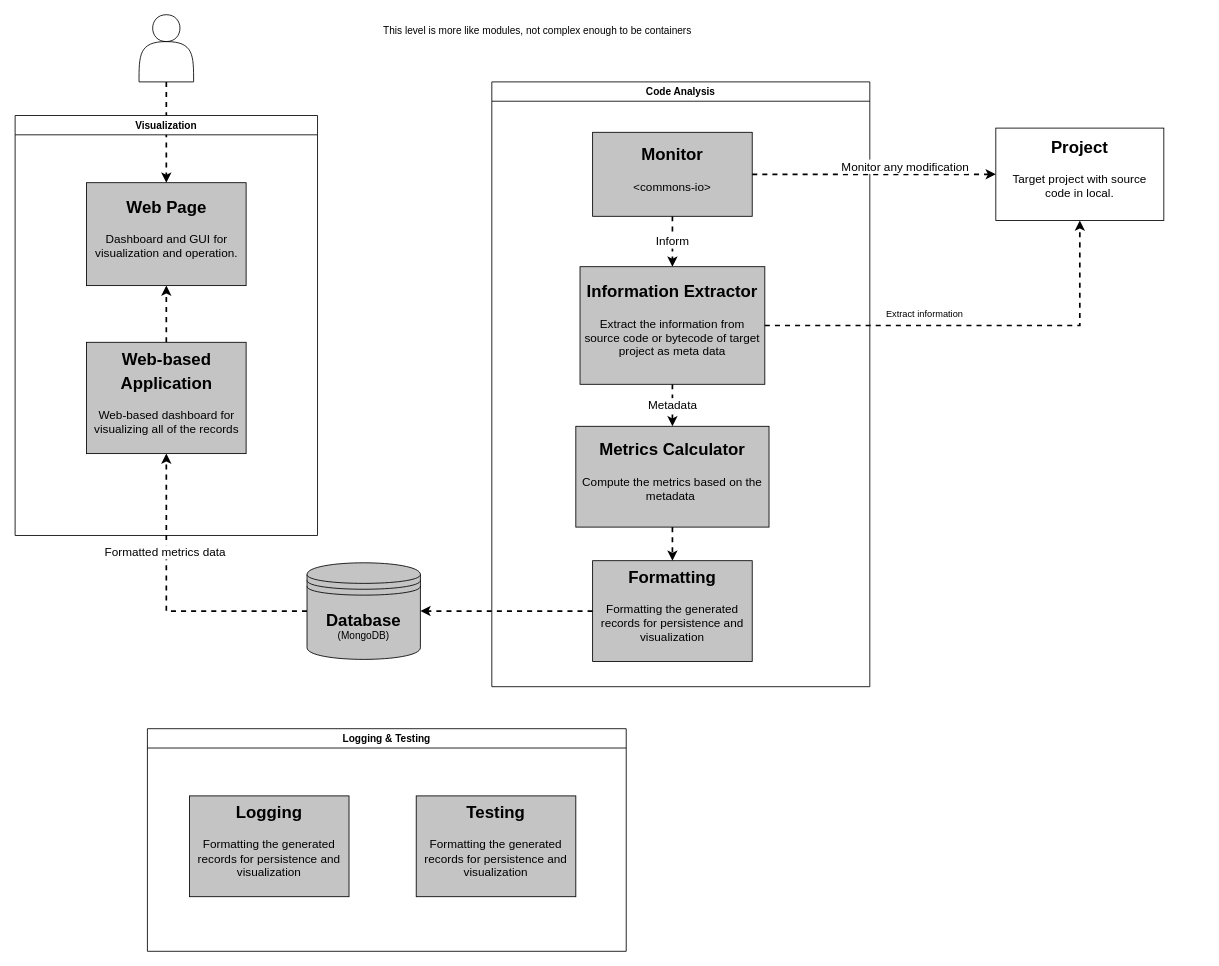
Earlier version of the draw.io diagram design/C4-Component.drawio (liaoooyx/t4m). Source tidied: cells renumbered, new cells numbered last; positions are measured from the earlier drawing's top-left corner, leaving out a move shared by most shapes. Both pictures are drawn from the tidied source at 84%, with x=0, y=0 at pixel (14, 14).
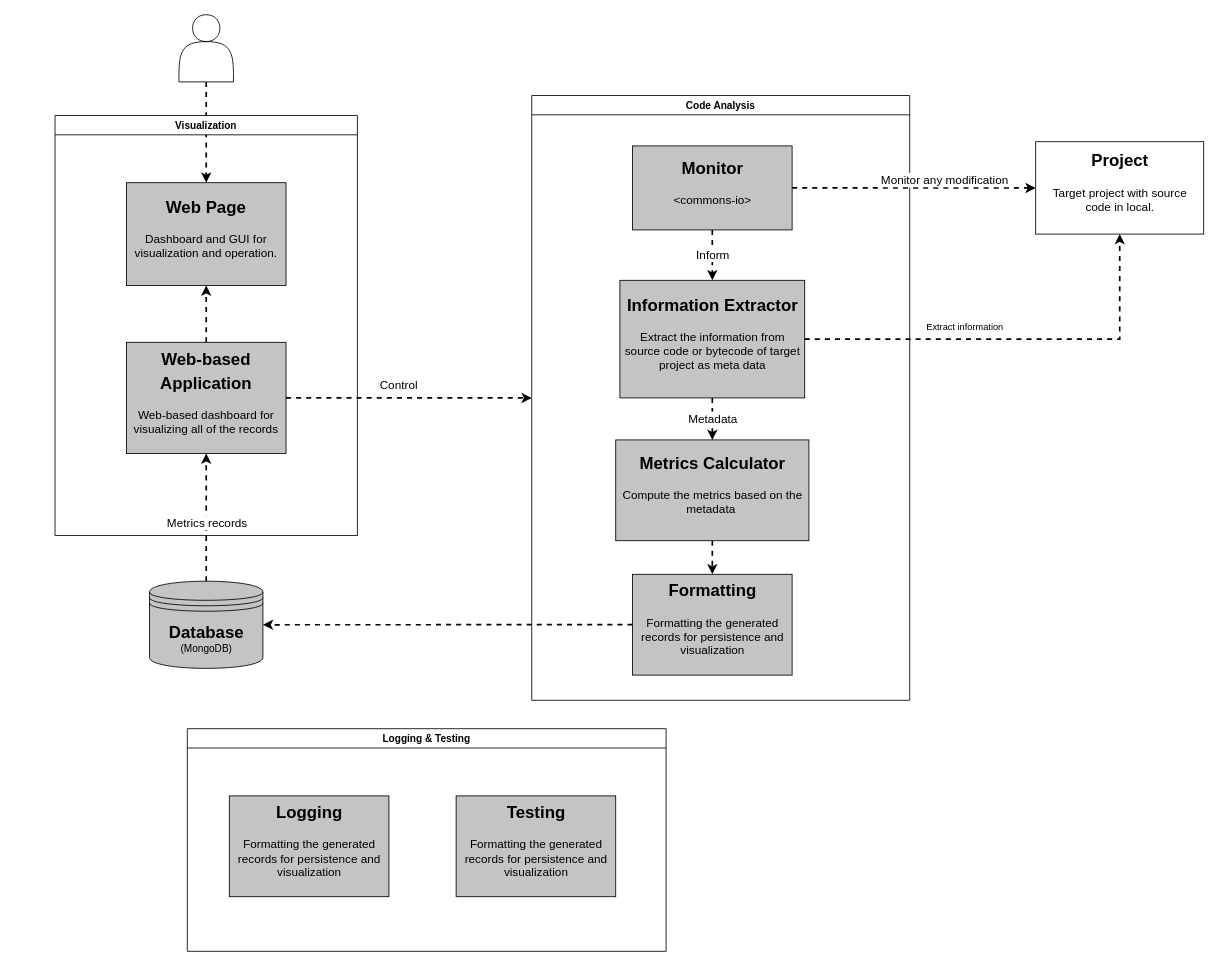
After the change.

The change refers to these unchanged cells:
```xml
<mxCell id="5" style="edgeStyle=orthogonalEdgeStyle;rounded=0;jettySize=auto;html=1;entryX=0.5;entryY=1;entryDx=0;entryDy=0;dashed=1;strokeWidth=2;horizontal=1;" parent="1" edge="1" source="30" target="12">
  <mxGeometry relative="1" as="geometry" />
</mxCell>
<mxCell id="12" value="&lt;h1&gt;&lt;font style=&quot;font-size: 20px&quot;&gt;Web-based Application&lt;/font&gt;&lt;/h1&gt;&lt;p&gt;&lt;font style=&quot;font-size: 14px&quot;&gt;Web-based dashboard for visualizing all of the records&lt;/font&gt;&lt;/p&gt;" style="text;html=1;strokeColor=#000000;fillColor=#C4C4C4;spacing=5;spacingTop=-20;whiteSpace=wrap;overflow=hidden;rounded=0;verticalAlign=middle;horizontal=1;align=center;labelPosition=center;verticalLabelPosition=middle;shadow=0;" parent="10" vertex="1">
  <mxGeometry x="85" y="270" width="190" height="132.5" as="geometry" />
</mxCell>
```

Change to the diagram source:
```diff
@@
     <mxCell id="3" style="shape=actor;whiteSpace=wrap;html=1;strokeColor=#000000;horizontal=1;" parent="1" vertex="1">
-      <mxGeometry x="148" width="65" height="80" as="geometry" />
+      <mxGeometry x="195.5" width="65" height="80" as="geometry" />
     </mxCell>
     <mxCell id="4" value="&lt;h1&gt;&lt;font style=&quot;font-size: 20px&quot;&gt;Project&lt;/font&gt;&lt;/h1&gt;&lt;p&gt;&lt;font style=&quot;font-size: 14px&quot;&gt;Target project with source code in local.&lt;/font&gt;&lt;/p&gt;" style="text;html=1;strokeColor=#000000;fillColor=#ffffff;spacing=5;spacingTop=-20;whiteSpace=wrap;overflow=hidden;rounded=0;verticalAlign=middle;horizontal=1;align=center;labelPosition=center;verticalLabelPosition=middle;" parent="1" vertex="1">
-      <mxGeometry x="1168" y="135" width="200" height="110" as="geometry" />
+      <mxGeometry x="1215.5" y="151.2" width="200" height="110" as="geometry" />
     </mxCell>
@@
-    <mxCell id="6" value="Formatted metrics data" style="edgeLabel;html=1;align=center;verticalAlign=middle;fontSize=14;" parent="5" vertex="1">
+    <mxCell id="6" value="Metrics records" style="edgeLabel;html=1;align=center;verticalAlign=middle;fontSize=14;" parent="5" vertex="1">
       <mxGeometry x="-0.05" y="-70" relative="1" as="geometry">
-        <mxPoint x="-72" y="-69" as="offset" />
+        <mxPoint x="-70" y="1.8" as="offset" />
       </mxGeometry>
     </mxCell>
     <mxCell id="7" style="edgeStyle=none;rounded=0;orthogonalLoop=1;jettySize=auto;html=1;exitX=0.5;exitY=1;exitDx=0;exitDy=0;shadow=0;dashed=1;dashPattern=1 1;strokeWidth=1;fontSize=12;fontColor=#000000;horizontal=1;" parent="1" edge="1">
       <mxGeometry relative="1" as="geometry">
-        <mxPoint x="458" y="520" as="sourcePoint" />
-        <mxPoint x="458" y="520" as="targetPoint" />
+        <mxPoint x="505.5" y="520" as="sourcePoint" />
+        <mxPoint x="505.5" y="520" as="targetPoint" />
       </mxGeometry>
     </mxCell>
     <mxCell id="8" style="edgeStyle=none;rounded=0;orthogonalLoop=1;jettySize=auto;html=1;exitX=0.5;exitY=1;exitDx=0;exitDy=0;shadow=0;dashed=1;dashPattern=1 1;strokeWidth=1;fontSize=12;fontColor=#000000;horizontal=1;" parent="1" edge="1">
       <mxGeometry relative="1" as="geometry">
-        <mxPoint x="458" y="520" as="sourcePoint" />
-        <mxPoint x="458" y="520" as="targetPoint" />
+        <mxPoint x="505.5" y="520" as="sourcePoint" />
+        <mxPoint x="505.5" y="520" as="targetPoint" />
       </mxGeometry>
     </mxCell>
-    <mxCell id="9" value="This level is more like modules, not complex enough to be containers" style="text;html=1;align=center;verticalAlign=middle;fontSize=12;fontColor=#000000;horizontal=1;" parent="1" vertex="1">
-      <mxGeometry x="432" y="10" width="380" height="20" as="geometry" />
-    </mxCell>
     <mxCell id="10" value="Visualization" style="swimlane;horizontal=1;" parent="1" vertex="1">
-      <mxGeometry x="0.5" y="120" width="360" height="500" as="geometry" />
+      <mxGeometry x="48" y="120" width="360" height="500" as="geometry" />
     </mxCell>
@@
     <mxCell id="14" value="Code Analysis" style="swimlane;horizontal=1;" parent="1" vertex="1">
-      <mxGeometry x="568" y="80" width="450" height="720" as="geometry" />
+      <mxGeometry x="615.5" y="96.2" width="450" height="720" as="geometry" />
     </mxCell>
@@
     <mxCell id="22" value="Logging &amp; Testing" style="swimlane;horizontal=1;" parent="1" vertex="1">
-      <mxGeometry x="158" y="850" width="570" height="265" as="geometry" />
+      <mxGeometry x="205.5" y="850" width="570" height="265" as="geometry" />
     </mxCell>
@@
     <mxCell id="30" value="&lt;font&gt;&lt;b style=&quot;font-size: 20px&quot;&gt;Database&lt;/b&gt;&lt;br&gt;&lt;font style=&quot;font-size: 12px&quot;&gt;(MongoDB)&lt;/font&gt;&lt;br&gt;&lt;/font&gt;" style="shape=datastore;whiteSpace=wrap;html=1;strokeColor=#000000;fillColor=#C4C4C4;fontSize=12;align=center;shadow=0;horizontal=1;" parent="1" vertex="1">
-      <mxGeometry x="348" y="652.5" width="135" height="115" as="geometry" />
+      <mxGeometry x="160.5" y="674.4" width="135" height="103.8" as="geometry" />
     </mxCell>
+    <mxCell id="31" style="edgeStyle=none;rounded=0;jettySize=auto;html=1;exitX=1;exitY=0.5;exitDx=0;exitDy=0;entryX=0;entryY=0.5;entryDx=0;entryDy=0;dashed=1;strokeWidth=2;fontSize=14;" parent="1" edge="1" source="12" target="14">
+      <mxGeometry relative="1" as="geometry" />
+    </mxCell>
+    <mxCell id="32" value="Control" style="edgeLabel;html=1;align=center;verticalAlign=middle;fontSize=14;" parent="31" vertex="1">
+      <mxGeometry x="0.14" relative="1" as="geometry">
+        <mxPoint x="-33" y="-16.2" as="offset" />
+      </mxGeometry>
+    </mxCell>
```
